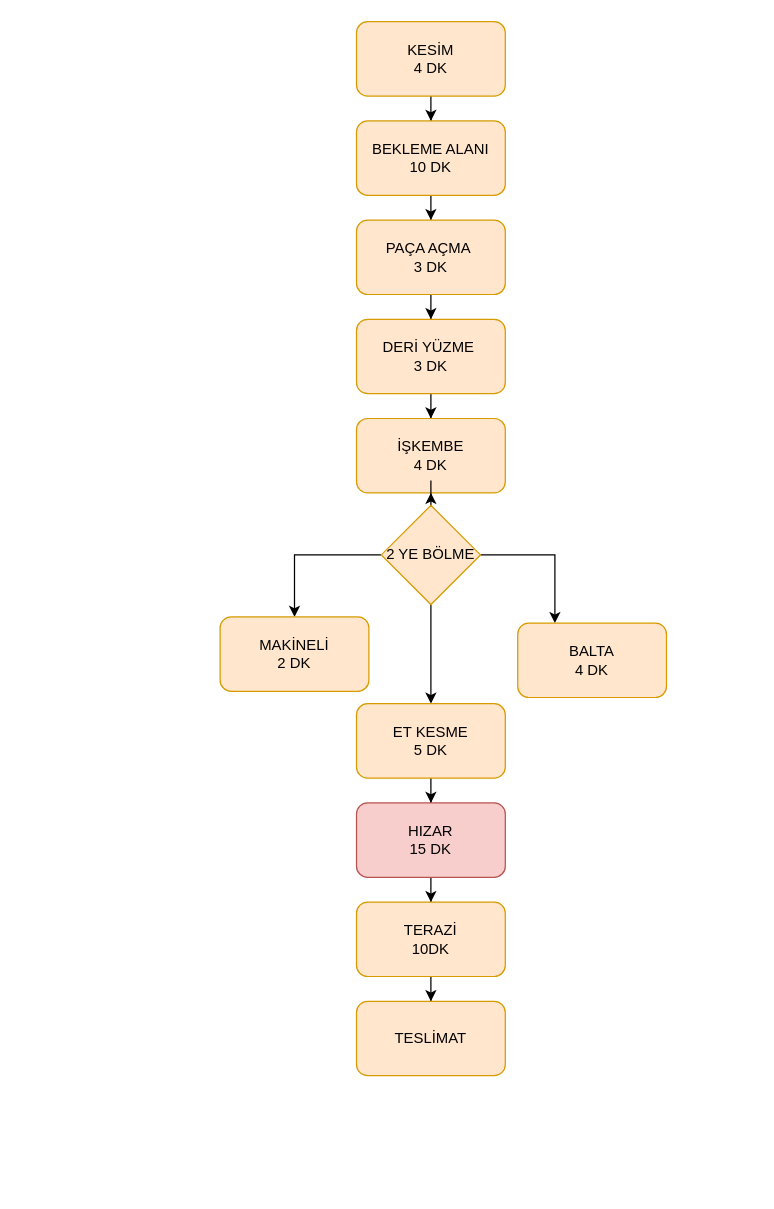
Earlier version of the draw.io diagram Başlıksız Diyagram.drawio (cothem/testRepo). Source tidied: cells renumbered, new cells numbered last; positions are measured from the earlier drawing's top-left corner, leaving out a move shared by most shapes. Both pictures are drawn from the tidied source at 124%, with x=0, y=0 at pixel (219, 21).
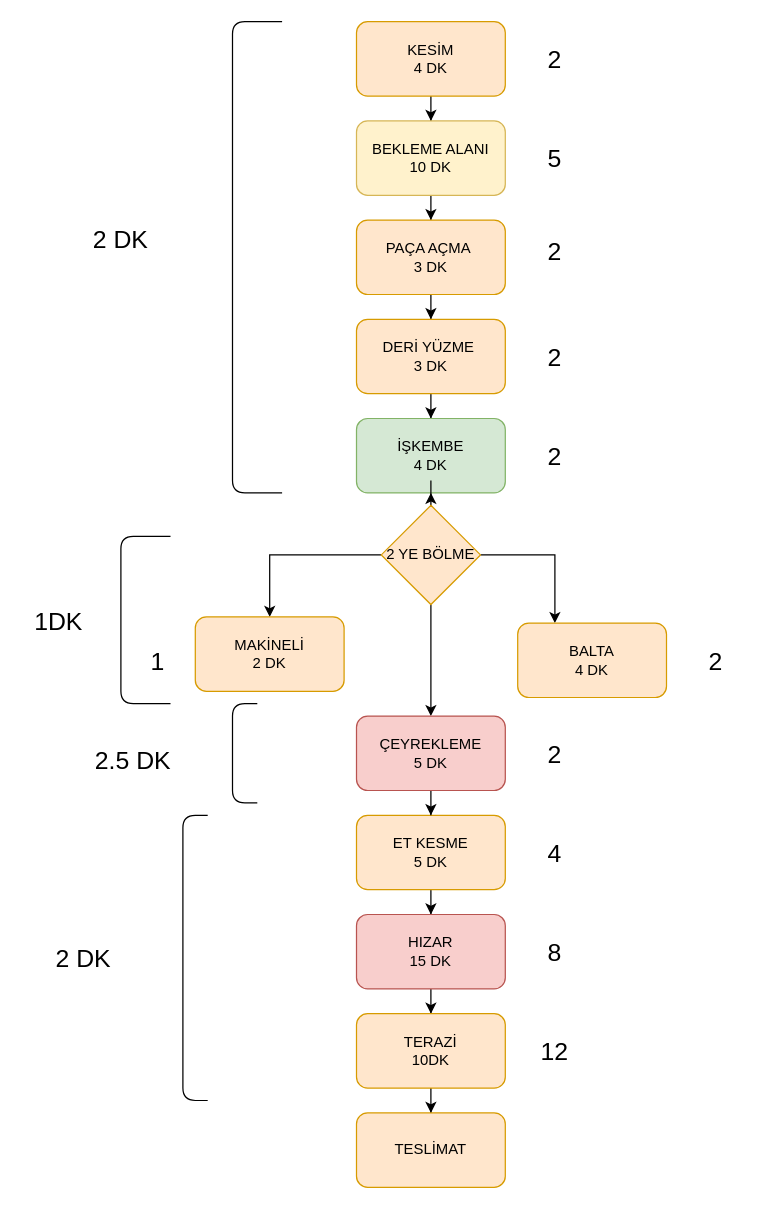
Above is the later version.

Unchanged cells that the change refers to:
```xml
<mxCell id="16" value="2 YE BÖLME" style="rhombus;whiteSpace=wrap;html=1;fillColor=#ffe6cc;strokeColor=#d79b00;" parent="1" vertex="1">
  <mxGeometry x="130" y="390" width="80" height="80" as="geometry" />
</mxCell>
```

What changed in the source:
```diff
@@
-    <mxCell id="7" value="BEKLEME ALANI&lt;br&gt;10 DK" style="whiteSpace=wrap;html=1;rounded=1;fillColor=#ffe6cc;strokeColor=#d79b00;" parent="1" vertex="1">
+    <mxCell id="7" value="BEKLEME ALANI&lt;br&gt;10 DK" style="whiteSpace=wrap;html=1;rounded=1;fillColor=#fff2cc;strokeColor=#d6b656;" parent="1" vertex="1">
       <mxGeometry x="110" y="80" width="120" height="60" as="geometry" />
     </mxCell>
@@
-    <mxCell id="12" value="İŞKEMBE&lt;br&gt;4 DK" style="whiteSpace=wrap;html=1;fillColor=#ffe6cc;strokeColor=#d79b00;rounded=1;" parent="1" vertex="1">
+    <mxCell id="12" value="İŞKEMBE&lt;br&gt;4 DK" style="whiteSpace=wrap;html=1;rounded=1;fillColor=#d5e8d4;strokeColor=#82b366;" parent="1" vertex="1">
       <mxGeometry x="110" y="320" width="120" height="60" as="geometry" />
     </mxCell>
     <mxCell id="13" value="MAKİNELİ&lt;br&gt;2 DK" style="whiteSpace=wrap;html=1;fillColor=#ffe6cc;strokeColor=#d79b00;rounded=1;" parent="1" vertex="1">
-      <mxGeometry y="480" width="120" height="60" as="geometry" />
+      <mxGeometry x="-20" y="480" width="120" height="60" as="geometry" />
     </mxCell>
@@
-    <mxCell id="15" style="edgeStyle=orthogonalEdgeStyle;rounded=0;jettySize=auto;html=1;" parent="1" edge="1" source="16" target="19">
-      <mxGeometry relative="1" as="geometry" />
-    </mxCell>
+    <mxCell id="25" style="edgeStyle=orthogonalEdgeStyle;rounded=0;jettySize=auto;html=1;" parent="1" edge="1" source="16" target="41">
+      <mxGeometry relative="1" as="geometry" />
+    </mxCell>
@@
     <mxCell id="19" value="ET KESME&lt;br&gt;5 DK" style="rounded=1;whiteSpace=wrap;html=1;fillColor=#ffe6cc;strokeColor=#d79b00;" parent="1" vertex="1">
-      <mxGeometry x="110" y="550" width="120" height="60" as="geometry" />
+      <mxGeometry x="110" y="640" width="120" height="60" as="geometry" />
     </mxCell>
@@
     <mxCell id="21" value="HIZAR&lt;br&gt;15 DK" style="whiteSpace=wrap;html=1;fillColor=#f8cecc;strokeColor=#b85450;rounded=1;" parent="1" vertex="1">
-      <mxGeometry x="110" y="630" width="120" height="60" as="geometry" />
+      <mxGeometry x="110" y="720" width="120" height="60" as="geometry" />
     </mxCell>
@@
     <mxCell id="23" value="TERAZİ&lt;br&gt;10DK" style="whiteSpace=wrap;html=1;fillColor=#ffe6cc;strokeColor=#d79b00;rounded=1;" parent="1" vertex="1">
-      <mxGeometry x="110" y="710" width="120" height="60" as="geometry" />
+      <mxGeometry x="110" y="800" width="120" height="60" as="geometry" />
     </mxCell>
     <mxCell id="24" value="TESLİMAT" style="whiteSpace=wrap;html=1;fillColor=#ffe6cc;strokeColor=#d79b00;rounded=1;" parent="1" vertex="1">
-      <mxGeometry x="110" y="790" width="120" height="60" as="geometry" />
+      <mxGeometry x="110" y="880" width="120" height="60" as="geometry" />
     </mxCell>
+    <mxCell id="26" value="2" style="text;html=1;strokeColor=none;fillColor=none;align=center;verticalAlign=middle;whiteSpace=wrap;rounded=0;strokeWidth=10;fontSize=20;" parent="1" vertex="1">
+      <mxGeometry x="240" y="15" width="60" height="30" as="geometry" />
+    </mxCell>
+    <mxCell id="27" value="5" style="text;html=1;strokeColor=none;fillColor=none;align=center;verticalAlign=middle;whiteSpace=wrap;rounded=0;strokeWidth=10;fontSize=20;" parent="1" vertex="1">
+      <mxGeometry x="240" y="95" width="60" height="30" as="geometry" />
+    </mxCell>
+    <mxCell id="28" value="2" style="text;html=1;align=center;verticalAlign=middle;whiteSpace=wrap;rounded=0;strokeWidth=10;fontSize=20;" parent="1" vertex="1">
+      <mxGeometry x="240" y="170" width="60" height="30" as="geometry" />
+    </mxCell>
+    <mxCell id="29" value="2" style="text;html=1;strokeColor=none;fillColor=none;align=center;verticalAlign=middle;whiteSpace=wrap;rounded=0;strokeWidth=10;fontSize=20;" parent="1" vertex="1">
+      <mxGeometry x="240" y="255" width="60" height="30" as="geometry" />
+    </mxCell>
+    <mxCell id="30" value="2" style="text;html=1;strokeColor=none;fillColor=none;align=center;verticalAlign=middle;whiteSpace=wrap;rounded=0;strokeWidth=10;fontSize=20;" parent="1" vertex="1">
+      <mxGeometry x="240" y="335" width="60" height="30" as="geometry" />
+    </mxCell>
+    <mxCell id="31" value="1" style="text;html=1;strokeColor=none;fillColor=none;align=center;verticalAlign=middle;whiteSpace=wrap;rounded=0;strokeWidth=10;fontSize=20;" parent="1" vertex="1">
+      <mxGeometry x="-80" y="500" width="60" height="30" as="geometry" />
+    </mxCell>
+    <mxCell id="32" value="2" style="text;html=1;strokeColor=none;fillColor=none;align=center;verticalAlign=middle;whiteSpace=wrap;rounded=0;strokeWidth=10;fontSize=20;" parent="1" vertex="1">
+      <mxGeometry x="370" y="500" width="60" height="30" as="geometry" />
+    </mxCell>
+    <mxCell id="33" value="4" style="text;html=1;strokeColor=none;fillColor=none;align=center;verticalAlign=middle;whiteSpace=wrap;rounded=0;strokeWidth=10;fontSize=20;" parent="1" vertex="1">
+      <mxGeometry x="240" y="655" width="60" height="30" as="geometry" />
+    </mxCell>
+    <mxCell id="34" value="8" style="text;html=1;strokeColor=none;fillColor=none;align=center;verticalAlign=middle;whiteSpace=wrap;rounded=0;strokeWidth=10;fontSize=20;" parent="1" vertex="1">
+      <mxGeometry x="240" y="735" width="60" height="30" as="geometry" />
+    </mxCell>
+    <mxCell id="35" value="12" style="text;html=1;strokeColor=none;fillColor=none;align=center;verticalAlign=middle;whiteSpace=wrap;rounded=0;strokeWidth=10;fontSize=20;" parent="1" vertex="1">
+      <mxGeometry x="240" y="815" width="60" height="30" as="geometry" />
+    </mxCell>
+    <mxCell id="36" style="shape=curlyBracket;whiteSpace=wrap;html=1;rounded=1;labelPosition=left;verticalLabelPosition=middle;align=right;verticalAlign=middle;size=0;" parent="1" vertex="1">
+      <mxGeometry x="10" width="40" height="380" as="geometry" />
+    </mxCell>
+    <mxCell id="37" value="2 DK" style="text;html=1;strokeColor=none;fillColor=none;align=center;verticalAlign=middle;whiteSpace=wrap;rounded=0;strokeWidth=10;fontSize=20;" parent="1" vertex="1">
+      <mxGeometry x="-110" y="160" width="60" height="30" as="geometry" />
+    </mxCell>
+    <mxCell id="38" value="1DK" style="text;html=1;strokeColor=none;fillColor=none;align=center;verticalAlign=middle;whiteSpace=wrap;rounded=0;strokeWidth=10;fontSize=20;" parent="1" vertex="1">
+      <mxGeometry x="-160" y="467.5" width="60" height="30" as="geometry" />
+    </mxCell>
+    <mxCell id="39" style="shape=curlyBracket;whiteSpace=wrap;html=1;rounded=1;labelPosition=left;verticalLabelPosition=middle;align=right;verticalAlign=middle;size=0;" parent="1" vertex="1">
+      <mxGeometry x="-80" y="415" width="40" height="135" as="geometry" />
+    </mxCell>
+    <mxCell id="40" style="edgeStyle=orthogonalEdgeStyle;rounded=0;jettySize=auto;html=1;" parent="1" edge="1" source="41" target="19">
+      <mxGeometry relative="1" as="geometry" />
+    </mxCell>
+    <mxCell id="41" value="ÇEYREKLEME&lt;br&gt;5 DK" style="rounded=1;whiteSpace=wrap;html=1;fillColor=#f8cecc;strokeColor=#b85450;" parent="1" vertex="1">
+      <mxGeometry x="110" y="560" width="120" height="60" as="geometry" />
+    </mxCell>
+    <mxCell id="42" value="2" style="text;html=1;strokeColor=none;fillColor=none;align=center;verticalAlign=middle;whiteSpace=wrap;rounded=0;strokeWidth=10;fontSize=20;" parent="1" vertex="1">
+      <mxGeometry x="240" y="575" width="60" height="30" as="geometry" />
+    </mxCell>
+    <mxCell id="43" style="shape=curlyBracket;whiteSpace=wrap;html=1;rounded=1;labelPosition=left;verticalLabelPosition=middle;align=right;verticalAlign=middle;size=0;" parent="1" vertex="1">
+      <mxGeometry x="10" y="550" width="20" height="80" as="geometry" />
+    </mxCell>
+    <mxCell id="44" value="2.5 DK" style="text;html=1;strokeColor=none;fillColor=none;align=center;verticalAlign=middle;whiteSpace=wrap;rounded=0;strokeWidth=10;fontSize=20;" parent="1" vertex="1">
+      <mxGeometry x="-110" y="580" width="80" height="30" as="geometry" />
+    </mxCell>
+    <mxCell id="45" style="shape=curlyBracket;whiteSpace=wrap;html=1;rounded=1;labelPosition=left;verticalLabelPosition=middle;align=right;verticalAlign=middle;size=0;" parent="1" vertex="1">
+      <mxGeometry x="-30" y="640" width="20" height="230" as="geometry" />
+    </mxCell>
+    <mxCell id="46" value="2 DK" style="text;html=1;strokeColor=none;fillColor=none;align=center;verticalAlign=middle;whiteSpace=wrap;rounded=0;strokeWidth=10;fontSize=20;" parent="1" vertex="1">
+      <mxGeometry x="-150" y="740" width="80" height="30" as="geometry" />
+    </mxCell>
```
